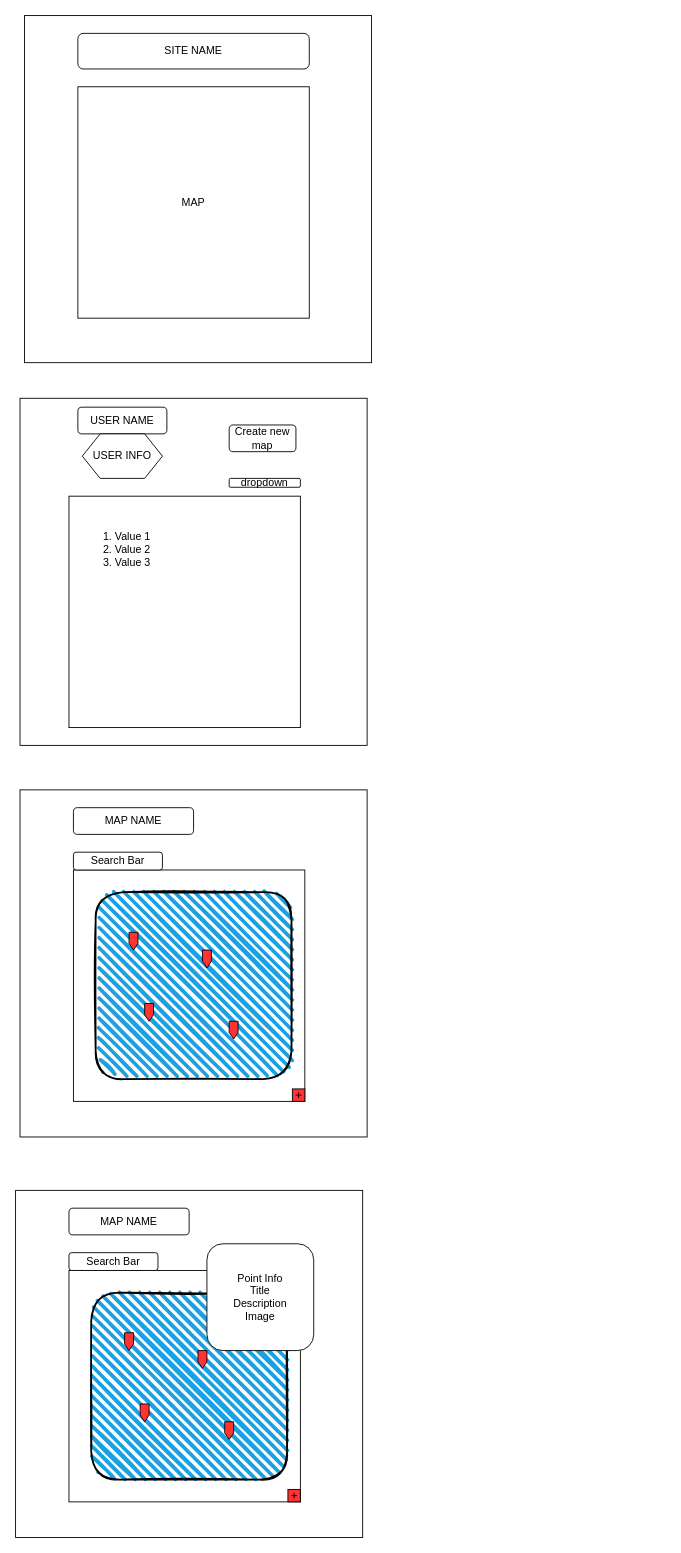
Before: planning/wireframe.drawio in StewartMck/mapit, a draw.io diagram. Source tidied: cells renumbered, new cells numbered last; positions are measured from the earlier drawing's top-left corner, leaving out a move shared by most shapes. Both pictures are drawn from the tidied source at 89%, with x=0, y=0 at pixel (15, 15).
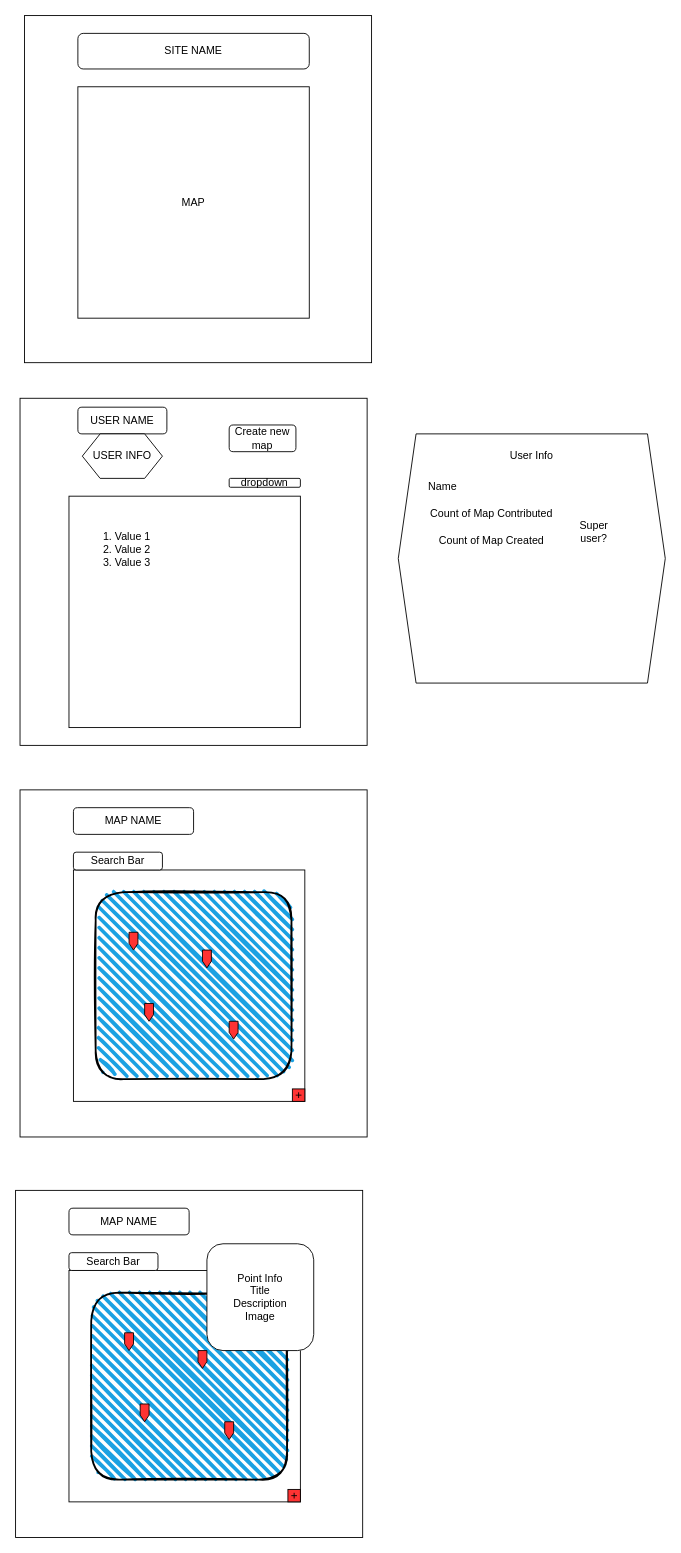
After the change.

Diff of the diagram source:
```diff
@@
+    <mxCell id="33" style="shape=hexagon;perimeter=hexagonPerimeter2;whiteSpace=wrap;html=1;fixedSize=1;" parent="1" vertex="1">
+      <mxGeometry x="430" y="470" width="300" height="280" as="geometry" />
+    </mxCell>
+    <mxCell id="34" value="User Info" style="text;html=1;strokeColor=none;fillColor=none;align=center;verticalAlign=middle;whiteSpace=wrap;rounded=0;" parent="1" vertex="1">
+      <mxGeometry x="545" y="485" width="70" height="20" as="geometry" />
+    </mxCell>
+    <mxCell id="35" value="Name" style="text;html=1;strokeColor=none;fillColor=none;align=center;verticalAlign=middle;whiteSpace=wrap;rounded=0;" parent="1" vertex="1">
+      <mxGeometry x="460" y="520" width="40" height="20" as="geometry" />
+    </mxCell>
+    <mxCell id="36" value="Count of Map Contributed" style="text;html=1;strokeColor=none;fillColor=none;align=center;verticalAlign=middle;whiteSpace=wrap;rounded=0;" parent="1" vertex="1">
+      <mxGeometry x="460" y="550" width="150" height="20" as="geometry" />
+    </mxCell>
+    <mxCell id="37" value="Count of Map Created" style="text;html=1;strokeColor=none;fillColor=none;align=center;verticalAlign=middle;whiteSpace=wrap;rounded=0;" parent="1" vertex="1">
+      <mxGeometry x="460" y="580" width="150" height="20" as="geometry" />
+    </mxCell>
+    <mxCell id="38" value="Super user?" style="text;html=1;strokeColor=none;fillColor=none;align=center;verticalAlign=middle;whiteSpace=wrap;rounded=0;" parent="1" vertex="1">
+      <mxGeometry x="620" y="570" width="60" height="20" as="geometry" />
+    </mxCell>
```
